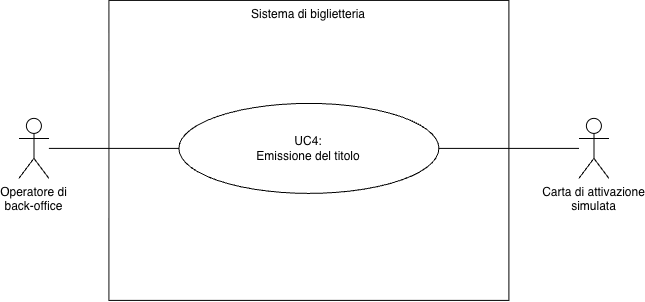
Earlier version of the draw.io export img/diagrams/uc-4.png (Leddosja/thesis-EdisHodja). Source tidied: cells renumbered, new cells last; positions are measured from the earlier drawing's top-left corner, leaving out a move shared by most shapes. Source of this version:
```xml
<mxGraphModel background="#FFFFFF">
  <root>
    <mxCell id="0" />
    <mxCell id="1" parent="0" />
    <mxCell id="2" value="Sistema di biglietteria" style="rounded=0;whiteSpace=wrap;html=1;fillColor=default;verticalAlign=top;" parent="1" vertex="1">
      <mxGeometry x="90" width="400" height="300" as="geometry" />
    </mxCell>
    <mxCell id="3" value="UC4:&lt;br&gt;Emissione del titolo" style="ellipse;whiteSpace=wrap;html=1;rounded=0;strokeColor=default;align=center;verticalAlign=middle;fontFamily=Helvetica;fontSize=12;fontColor=default;fillColor=default;" parent="1" vertex="1">
      <mxGeometry x="160" y="103" width="260" height="90" as="geometry" />
    </mxCell>
    <mxCell id="4" style="edgeStyle=none;html=1;entryX=0;entryY=0.5;entryDx=0;entryDy=0;endArrow=none;endFill=0;" parent="1" edge="1" source="5" target="3">
      <mxGeometry relative="1" as="geometry" />
    </mxCell>
    <mxCell id="5" value="Operatore di&lt;br&gt;back-office" style="shape=umlActor;verticalLabelPosition=bottom;verticalAlign=top;html=1;rounded=0;strokeColor=default;align=center;fontFamily=Helvetica;fontSize=12;fontColor=default;fillColor=default;" parent="1" vertex="1">
      <mxGeometry y="118" width="30" height="60" as="geometry" />
    </mxCell>
    <mxCell id="6" style="edgeStyle=none;html=1;entryX=1;entryY=0.5;entryDx=0;entryDy=0;endArrow=none;endFill=0;verticalAlign=middle;" parent="1" edge="1" source="7">
      <mxGeometry relative="1" as="geometry">
        <mxPoint x="420" y="148" as="targetPoint" />
      </mxGeometry>
    </mxCell>
    <mxCell id="7" value="Carta di attivazione&lt;br&gt;simulata" style="shape=umlActor;verticalLabelPosition=bottom;verticalAlign=top;html=1;rounded=0;strokeColor=default;align=center;fontFamily=Helvetica;fontSize=12;fontColor=default;fillColor=default;" parent="1" vertex="1">
      <mxGeometry x="560" y="118" width="30" height="60" as="geometry" />
    </mxCell>
  </root>
</mxGraphModel>
```
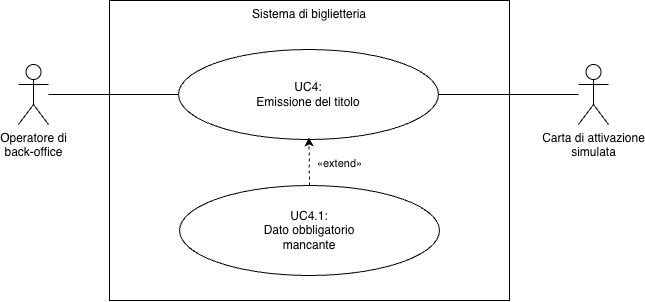
The same diagram one commit later.

Diff of the diagram source:
```diff
@@ -3,7 +3,7 @@
     <mxCell id="0" />
     <mxCell id="1" parent="0" />
     <mxCell id="2" value="Sistema di biglietteria" style="rounded=0;whiteSpace=wrap;html=1;fillColor=default;verticalAlign=top;" parent="1" vertex="1">
-      <mxGeometry x="90" width="400" height="300" as="geometry" />
+      <mxGeometry x="91" y="54" width="400" height="300" as="geometry" />
     </mxCell>
     <mxCell id="3" value="UC4:&lt;br&gt;Emissione del titolo" style="ellipse;whiteSpace=wrap;html=1;rounded=0;strokeColor=default;align=center;verticalAlign=middle;fontFamily=Helvetica;fontSize=12;fontColor=default;fillColor=default;" parent="1" vertex="1">
       <mxGeometry x="160" y="103" width="260" height="90" as="geometry" />
@@ -22,5 +22,18 @@
     <mxCell id="7" value="Carta di attivazione&lt;br&gt;simulata" style="shape=umlActor;verticalLabelPosition=bottom;verticalAlign=top;html=1;rounded=0;strokeColor=default;align=center;fontFamily=Helvetica;fontSize=12;fontColor=default;fillColor=default;" parent="1" vertex="1">
       <mxGeometry x="560" y="118" width="30" height="60" as="geometry" />
     </mxCell>
+    <mxCell id="8" value="UC4.1:&lt;br&gt;Dato obbligatorio&lt;br&gt;mancante" style="ellipse;whiteSpace=wrap;html=1;rounded=0;strokeColor=default;align=center;verticalAlign=middle;fontFamily=Helvetica;fontSize=12;fontColor=default;fillColor=default;" parent="1" vertex="1">
+      <mxGeometry x="161" y="239" width="260" height="90" as="geometry" />
+    </mxCell>
+    <mxCell id="9" style="edgeStyle=none;html=1;dashed=1;entryX=0.5;entryY=1;entryDx=0;entryDy=0;exitX=0.5;exitY=0;exitDx=0;exitDy=0;" parent="1" edge="1" source="8">
+      <mxGeometry relative="1" as="geometry">
+        <mxPoint x="290.5" y="191" as="targetPoint" />
+      </mxGeometry>
+    </mxCell>
+    <mxCell id="10" value="&lt;span style=&quot;color: rgb(0, 0, 0);&quot;&gt;«extend»&lt;/span&gt;" style="edgeLabel;html=1;align=center;verticalAlign=middle;" parent="9" vertex="1">
+      <mxGeometry x="-0.18" y="-2" relative="1" as="geometry">
+        <mxPoint x="28" y="-2" as="offset" />
+      </mxGeometry>
+    </mxCell>
   </root>
 </mxGraphModel>
```
